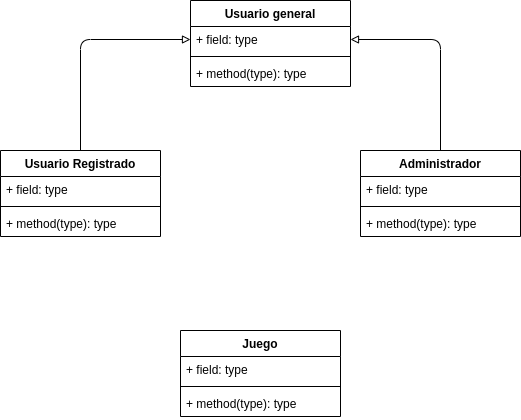
The draw.io diagram images/diagramas/diagramaDeClases.drawio.png in nexphernandez/Adict-Games, before a commit. Source tidied: cells renumbered, new cells last; positions are measured from the earlier drawing's top-left corner, leaving out a move shared by most shapes.
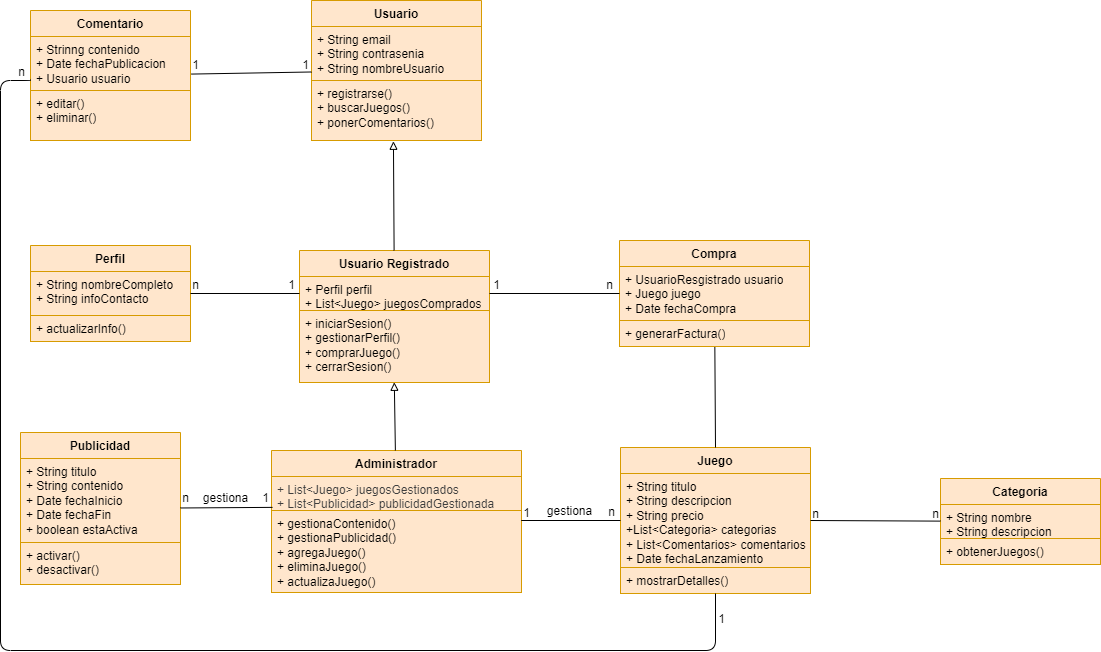
The same file after the commit.

Commit message:
Se termina el dibujo del diagrama de clasec #7

Diff of the diagram source:
```diff
@@ -2,59 +2,170 @@
   <root>
     <mxCell id="0" />
     <mxCell id="1" parent="0" />
-    <mxCell id="2" value="Usuario general" style="swimlane;fontStyle=1;align=center;verticalAlign=top;horizontal=1;startSize=26;whiteSpace=wrap;html=1;" parent="1" vertex="1">
-      <mxGeometry x="190" width="160" height="86" as="geometry" />
+    <mxCell id="2" value="Usuario" style="swimlane;fontStyle=1;align=center;verticalAlign=top;horizontal=1;startSize=26;whiteSpace=wrap;html=1;fillColor=#ffe6cc;strokeColor=#d79b00;" parent="1" vertex="1">
+      <mxGeometry x="21" y="-100" width="170" height="140" as="geometry" />
     </mxCell>
-    <mxCell id="3" value="+ field: type" style="text;strokeColor=none;fillColor=none;align=left;verticalAlign=top;spacingLeft=4;spacingRight=4;overflow=hidden;points=[[0,0.5],[1,0.5]];portConstraint=eastwest;whiteSpace=wrap;html=1;" parent="2" vertex="1">
-      <mxGeometry y="26" width="160" height="26" as="geometry" />
+    <mxCell id="3" value="+ String email&lt;div&gt;+ String contrasenia&lt;/div&gt;&lt;div&gt;+ String nombreUsuario&lt;/div&gt;" style="text;strokeColor=#d79b00;fillColor=#ffe6cc;align=left;verticalAlign=top;spacingLeft=4;spacingRight=4;overflow=hidden;points=[[0,0.5],[1,0.5]];portConstraint=eastwest;whiteSpace=wrap;html=1;" parent="2" vertex="1">
+      <mxGeometry y="26" width="170" height="54" as="geometry" />
     </mxCell>
-    <mxCell id="4" style="line;strokeWidth=1;fillColor=none;align=left;verticalAlign=middle;spacingTop=-1;spacingLeft=3;spacingRight=3;labelPosition=right;strokeColor=inherit;" parent="2" vertex="1">
-      <mxGeometry y="52" width="160" height="8" as="geometry" />
-    </mxCell>
-    <mxCell id="5" value="+ method(type): type" style="text;strokeColor=none;fillColor=none;align=left;verticalAlign=top;spacingLeft=4;spacingRight=4;overflow=hidden;points=[[0,0.5],[1,0.5]];portConstraint=eastwest;whiteSpace=wrap;html=1;" parent="2" vertex="1">
-      <mxGeometry y="60" width="160" height="26" as="geometry" />
+    <mxCell id="5" value="+ registrarse()&lt;div&gt;+ buscarJuegos()&lt;/div&gt;&lt;div&gt;+ ponerComentarios()&lt;/div&gt;" style="text;strokeColor=#d79b00;fillColor=#ffe6cc;align=left;verticalAlign=top;spacingLeft=4;spacingRight=4;overflow=hidden;points=[[0,0.5],[1,0.5]];portConstraint=eastwest;whiteSpace=wrap;html=1;" parent="2" vertex="1">
+      <mxGeometry y="80" width="170" height="60" as="geometry" />
     </mxCell>
-    <mxCell id="6" style="edgeStyle=orthogonalEdgeStyle;html=1;entryX=0;entryY=0.5;entryDx=0;entryDy=0;endArrow=block;endFill=0;" parent="1" edge="1" source="7" target="3">
-      <mxGeometry relative="1" as="geometry" />
-    </mxCell>
-    <mxCell id="7" value="Usuario Registrado" style="swimlane;fontStyle=1;align=center;verticalAlign=top;horizontal=1;startSize=26;whiteSpace=wrap;html=1;" parent="1" vertex="1">
-      <mxGeometry y="150" width="160" height="86" as="geometry" />
+    <mxCell id="7" value="Usuario Registrado" style="swimlane;fontStyle=1;align=center;verticalAlign=top;horizontal=1;startSize=26;whiteSpace=wrap;html=1;fillColor=#ffe6cc;strokeColor=#d79b00;" parent="1" vertex="1">
+      <mxGeometry x="9" y="150" width="190" height="132" as="geometry" />
     </mxCell>
-    <mxCell id="8" value="+ field: type" style="text;strokeColor=none;fillColor=none;align=left;verticalAlign=top;spacingLeft=4;spacingRight=4;overflow=hidden;points=[[0,0.5],[1,0.5]];portConstraint=eastwest;whiteSpace=wrap;html=1;" parent="7" vertex="1">
-      <mxGeometry y="26" width="160" height="26" as="geometry" />
+    <mxCell id="8" value="+ Perfil perfil&lt;div&gt;+ List&amp;lt;Juego&amp;gt; juegosComprados&lt;/div&gt;" style="text;strokeColor=#d79b00;fillColor=#ffe6cc;align=left;verticalAlign=top;spacingLeft=4;spacingRight=4;overflow=hidden;points=[[0,0.5],[1,0.5]];portConstraint=eastwest;whiteSpace=wrap;html=1;" parent="7" vertex="1">
+      <mxGeometry y="26" width="190" height="34" as="geometry" />
     </mxCell>
-    <mxCell id="9" style="line;strokeWidth=1;fillColor=none;align=left;verticalAlign=middle;spacingTop=-1;spacingLeft=3;spacingRight=3;labelPosition=right;strokeColor=inherit;" parent="7" vertex="1">
-      <mxGeometry y="52" width="160" height="8" as="geometry" />
-    </mxCell>
-    <mxCell id="10" value="+ method(type): type" style="text;strokeColor=none;fillColor=none;align=left;verticalAlign=top;spacingLeft=4;spacingRight=4;overflow=hidden;points=[[0,0.5],[1,0.5]];portConstraint=eastwest;whiteSpace=wrap;html=1;" parent="7" vertex="1">
-      <mxGeometry y="60" width="160" height="26" as="geometry" />
+    <mxCell id="10" value="+ iniciarSesion()&lt;div&gt;+ gestionarPerfil()&lt;/div&gt;&lt;div&gt;+ comprarJuego()&lt;/div&gt;&lt;div&gt;+ cerrarSesion()&lt;/div&gt;" style="text;strokeColor=#d79b00;fillColor=#ffe6cc;align=left;verticalAlign=top;spacingLeft=4;spacingRight=4;overflow=hidden;points=[[0,0.5],[1,0.5]];portConstraint=eastwest;whiteSpace=wrap;html=1;" parent="7" vertex="1">
+      <mxGeometry y="60" width="190" height="72" as="geometry" />
     </mxCell>
-    <mxCell id="11" style="edgeStyle=orthogonalEdgeStyle;html=1;entryX=1;entryY=0.5;entryDx=0;entryDy=0;endArrow=block;endFill=0;" parent="1" edge="1" source="12" target="3">
-      <mxGeometry relative="1" as="geometry" />
-    </mxCell>
-    <mxCell id="12" value="Administrador" style="swimlane;fontStyle=1;align=center;verticalAlign=top;horizontal=1;startSize=26;whiteSpace=wrap;html=1;" parent="1" vertex="1">
-      <mxGeometry x="360" y="150" width="160" height="86" as="geometry" />
+    <mxCell id="12" value="Administrador" style="swimlane;fontStyle=1;align=center;verticalAlign=top;horizontal=1;startSize=26;whiteSpace=wrap;html=1;fillColor=#ffe6cc;strokeColor=#d79b00;" parent="1" vertex="1">
+      <mxGeometry x="-19" y="350" width="250" height="142" as="geometry" />
     </mxCell>
-    <mxCell id="13" value="+ field: type" style="text;strokeColor=none;fillColor=none;align=left;verticalAlign=top;spacingLeft=4;spacingRight=4;overflow=hidden;points=[[0,0.5],[1,0.5]];portConstraint=eastwest;whiteSpace=wrap;html=1;" parent="12" vertex="1">
-      <mxGeometry y="26" width="160" height="26" as="geometry" />
+    <mxCell id="13" value="&lt;span style=&quot;color: rgb(63, 63, 63);&quot;&gt;+ List&amp;lt;Juego&amp;gt; juegosGestionados&lt;/span&gt;&lt;div&gt;&lt;span style=&quot;color: rgb(63, 63, 63);&quot;&gt;&lt;span style=&quot;color: rgb(63, 63, 63);&quot;&gt;+ List&amp;lt;Publicidad&amp;gt; publicidadGestionada&lt;/span&gt;&lt;/span&gt;&lt;/div&gt;" style="text;strokeColor=#d79b00;fillColor=#ffe6cc;align=left;verticalAlign=top;spacingLeft=4;spacingRight=4;overflow=hidden;points=[[0,0.5],[1,0.5]];portConstraint=eastwest;whiteSpace=wrap;html=1;" parent="12" vertex="1">
+      <mxGeometry y="26" width="250" height="34" as="geometry" />
     </mxCell>
-    <mxCell id="14" style="line;strokeWidth=1;fillColor=none;align=left;verticalAlign=middle;spacingTop=-1;spacingLeft=3;spacingRight=3;labelPosition=right;strokeColor=inherit;" parent="12" vertex="1">
-      <mxGeometry y="52" width="160" height="8" as="geometry" />
-    </mxCell>
-    <mxCell id="15" value="+ method(type): type" style="text;strokeColor=none;fillColor=none;align=left;verticalAlign=top;spacingLeft=4;spacingRight=4;overflow=hidden;points=[[0,0.5],[1,0.5]];portConstraint=eastwest;whiteSpace=wrap;html=1;" parent="12" vertex="1">
-      <mxGeometry y="60" width="160" height="26" as="geometry" />
+    <mxCell id="15" value="+ gestionaContenido()&lt;div&gt;&lt;span style=&quot;color: rgb(0, 0, 0);&quot;&gt;+ gestionaPublicidad()&lt;/span&gt;&lt;/div&gt;&lt;div&gt;&lt;span style=&quot;color: rgb(0, 0, 0);&quot;&gt;+ agregaJuego()&lt;/span&gt;&lt;/div&gt;&lt;div&gt;&lt;span style=&quot;color: rgb(0, 0, 0);&quot;&gt;+ eliminaJuego()&lt;/span&gt;&lt;/div&gt;&lt;div&gt;&lt;span style=&quot;color: rgb(0, 0, 0);&quot;&gt;+ actualizaJuego()&lt;/span&gt;&lt;/div&gt;" style="text;strokeColor=#d79b00;fillColor=#ffe6cc;align=left;verticalAlign=top;spacingLeft=4;spacingRight=4;overflow=hidden;points=[[0,0.5],[1,0.5]];portConstraint=eastwest;whiteSpace=wrap;html=1;" parent="12" vertex="1">
+      <mxGeometry y="60" width="250" height="82" as="geometry" />
     </mxCell>
-    <mxCell id="16" value="Juego" style="swimlane;fontStyle=1;align=center;verticalAlign=top;horizontal=1;startSize=26;whiteSpace=wrap;html=1;" parent="1" vertex="1">
-      <mxGeometry x="180" y="330" width="160" height="86" as="geometry" />
+    <mxCell id="16" value="Juego" style="swimlane;fontStyle=1;align=center;verticalAlign=top;horizontal=1;startSize=26;whiteSpace=wrap;html=1;fillColor=#ffe6cc;strokeColor=#d79b00;" parent="1" vertex="1">
+      <mxGeometry x="330" y="347" width="190" height="146" as="geometry" />
     </mxCell>
-    <mxCell id="17" value="+ field: type" style="text;strokeColor=none;fillColor=none;align=left;verticalAlign=top;spacingLeft=4;spacingRight=4;overflow=hidden;points=[[0,0.5],[1,0.5]];portConstraint=eastwest;whiteSpace=wrap;html=1;" parent="16" vertex="1">
-      <mxGeometry y="26" width="160" height="26" as="geometry" />
+    <mxCell id="17" value="+ String titulo&lt;div&gt;+ String descripcion&lt;/div&gt;&lt;div&gt;+ String precio&lt;/div&gt;&lt;div&gt;+List&amp;lt;Categoria&amp;gt; categorias&lt;/div&gt;&lt;div&gt;+ List&amp;lt;Comentarios&amp;gt; comentarios&lt;/div&gt;&lt;div&gt;+ Date fechaLanzamiento&lt;/div&gt;" style="text;strokeColor=#d79b00;fillColor=#ffe6cc;align=left;verticalAlign=top;spacingLeft=4;spacingRight=4;overflow=hidden;points=[[0,0.5],[1,0.5]];portConstraint=eastwest;whiteSpace=wrap;html=1;" parent="16" vertex="1">
+      <mxGeometry y="26" width="190" height="94" as="geometry" />
     </mxCell>
-    <mxCell id="18" style="line;strokeWidth=1;fillColor=none;align=left;verticalAlign=middle;spacingTop=-1;spacingLeft=3;spacingRight=3;labelPosition=right;strokeColor=inherit;" parent="16" vertex="1">
-      <mxGeometry y="52" width="160" height="8" as="geometry" />
-    </mxCell>
-    <mxCell id="19" value="+ method(type): type" style="text;strokeColor=none;fillColor=none;align=left;verticalAlign=top;spacingLeft=4;spacingRight=4;overflow=hidden;whiteSpace=wrap;html=1;" parent="16" vertex="1">
-      <mxGeometry y="60" width="160" height="26" as="geometry" />
+    <mxCell id="19" value="+ mostrarDetalles()" style="text;strokeColor=#d79b00;fillColor=#ffe6cc;align=left;verticalAlign=top;spacingLeft=4;spacingRight=4;overflow=hidden;whiteSpace=wrap;html=1;" parent="16" vertex="1">
+      <mxGeometry y="120" width="190" height="26" as="geometry" />
     </mxCell>
+    <mxCell id="20" style="edgeStyle=none;html=1;entryX=0.5;entryY=0;entryDx=0;entryDy=0;endArrow=none;endFill=0;" parent="1" edge="1" source="21" target="16">
+      <mxGeometry relative="1" as="geometry" />
+    </mxCell>
+    <mxCell id="21" value="Compra" style="swimlane;fontStyle=1;align=center;verticalAlign=top;horizontal=1;startSize=26;whiteSpace=wrap;html=1;fillColor=#ffe6cc;strokeColor=#d79b00;" parent="1" vertex="1">
+      <mxGeometry x="329" y="140" width="190" height="106" as="geometry" />
+    </mxCell>
+    <mxCell id="22" value="+ UsuarioResgistrado usuario&lt;div&gt;+ Juego juego&lt;/div&gt;&lt;div&gt;+ Date fechaCompra&lt;/div&gt;" style="text;strokeColor=#d79b00;fillColor=#ffe6cc;align=left;verticalAlign=top;spacingLeft=4;spacingRight=4;overflow=hidden;points=[[0,0.5],[1,0.5]];portConstraint=eastwest;whiteSpace=wrap;html=1;" parent="21" vertex="1">
+      <mxGeometry y="26" width="190" height="54" as="geometry" />
+    </mxCell>
+    <mxCell id="23" value="+ generarFactura()" style="text;strokeColor=#d79b00;fillColor=#ffe6cc;align=left;verticalAlign=top;spacingLeft=4;spacingRight=4;overflow=hidden;whiteSpace=wrap;html=1;" parent="21" vertex="1">
+      <mxGeometry y="80" width="190" height="26" as="geometry" />
+    </mxCell>
+    <mxCell id="24" value="Categoria" style="swimlane;fontStyle=1;align=center;verticalAlign=top;horizontal=1;startSize=26;whiteSpace=wrap;html=1;fillColor=#ffe6cc;strokeColor=#d79b00;" parent="1" vertex="1">
+      <mxGeometry x="650" y="378" width="160" height="86" as="geometry" />
+    </mxCell>
+    <mxCell id="25" value="+ String nombre&lt;div&gt;+ String descripcion&lt;/div&gt;" style="text;strokeColor=#d79b00;fillColor=#ffe6cc;align=left;verticalAlign=top;spacingLeft=4;spacingRight=4;overflow=hidden;whiteSpace=wrap;html=1;" parent="24" vertex="1">
+      <mxGeometry y="26" width="160" height="34" as="geometry" />
+    </mxCell>
+    <mxCell id="26" value="+ obtenerJuegos()" style="text;strokeColor=#d79b00;fillColor=#ffe6cc;align=left;verticalAlign=top;spacingLeft=4;spacingRight=4;overflow=hidden;whiteSpace=wrap;html=1;" parent="24" vertex="1">
+      <mxGeometry y="60" width="160" height="26" as="geometry" />
+    </mxCell>
+    <mxCell id="27" value="Publicidad" style="swimlane;fontStyle=1;align=center;verticalAlign=top;horizontal=1;startSize=26;whiteSpace=wrap;html=1;fillColor=#ffe6cc;strokeColor=#d79b00;" parent="1" vertex="1">
+      <mxGeometry x="-270" y="332" width="160" height="152" as="geometry" />
+    </mxCell>
+    <mxCell id="28" value="+ String titulo&lt;div&gt;+ String contenido&lt;/div&gt;&lt;div&gt;+ Date fechaInicio&lt;/div&gt;&lt;div&gt;+ Date fechaFin&lt;/div&gt;&lt;div&gt;+ boolean estaActiva&lt;/div&gt;" style="text;strokeColor=#d79b00;fillColor=#ffe6cc;align=left;verticalAlign=top;spacingLeft=4;spacingRight=4;overflow=hidden;whiteSpace=wrap;html=1;" parent="27" vertex="1">
+      <mxGeometry y="26" width="160" height="84" as="geometry" />
+    </mxCell>
+    <mxCell id="29" value="+ activar()&lt;div&gt;+ desactivar()&lt;/div&gt;" style="text;strokeColor=#d79b00;fillColor=#ffe6cc;align=left;verticalAlign=top;spacingLeft=4;spacingRight=4;overflow=hidden;whiteSpace=wrap;html=1;" parent="27" vertex="1">
+      <mxGeometry y="110" width="160" height="42" as="geometry" />
+    </mxCell>
+    <mxCell id="30" value="Perfil" style="swimlane;fontStyle=1;align=center;verticalAlign=top;horizontal=1;startSize=26;whiteSpace=wrap;html=1;fillColor=#ffe6cc;strokeColor=#d79b00;" parent="1" vertex="1">
+      <mxGeometry x="-260" y="145" width="160" height="96" as="geometry" />
+    </mxCell>
+    <mxCell id="31" value="+ String nombreCompleto&lt;div&gt;+ String infoContacto&lt;/div&gt;" style="text;strokeColor=#d79b00;fillColor=#ffe6cc;align=left;verticalAlign=top;spacingLeft=4;spacingRight=4;overflow=hidden;points=[[0,0.5],[1,0.5]];portConstraint=eastwest;whiteSpace=wrap;html=1;" parent="30" vertex="1">
+      <mxGeometry y="26" width="160" height="44" as="geometry" />
+    </mxCell>
+    <mxCell id="32" value="&lt;span style=&quot;color: rgb(0, 0, 0);&quot;&gt;+ actualizarInfo()&lt;/span&gt;&lt;div&gt;&lt;br&gt;&lt;/div&gt;" style="text;strokeColor=#d79b00;fillColor=#ffe6cc;align=left;verticalAlign=top;spacingLeft=4;spacingRight=4;overflow=hidden;whiteSpace=wrap;html=1;" parent="30" vertex="1">
+      <mxGeometry y="70" width="160" height="26" as="geometry" />
+    </mxCell>
+    <mxCell id="33" value="Comentario" style="swimlane;fontStyle=1;align=center;verticalAlign=top;horizontal=1;startSize=26;whiteSpace=wrap;html=1;fillColor=#ffe6cc;strokeColor=#d79b00;" parent="1" vertex="1">
+      <mxGeometry x="-260" y="-90" width="160" height="130" as="geometry" />
+    </mxCell>
+    <mxCell id="34" value="+ Strinng contenido&lt;div&gt;+ Date fechaPublicacion&lt;/div&gt;&lt;div&gt;+ Usuario usuario&lt;/div&gt;" style="text;strokeColor=#d79b00;fillColor=#ffe6cc;align=left;verticalAlign=top;spacingLeft=4;spacingRight=4;overflow=hidden;points=[[0,0.5],[1,0.5]];portConstraint=eastwest;whiteSpace=wrap;html=1;" parent="33" vertex="1">
+      <mxGeometry y="26" width="160" height="54" as="geometry" />
+    </mxCell>
+    <mxCell id="35" value="+ editar()&lt;div&gt;+ eliminar()&lt;/div&gt;" style="text;strokeColor=#d79b00;fillColor=#ffe6cc;align=left;verticalAlign=top;spacingLeft=4;spacingRight=4;overflow=hidden;whiteSpace=wrap;html=1;" parent="33" vertex="1">
+      <mxGeometry y="80" width="160" height="50" as="geometry" />
+    </mxCell>
+    <mxCell id="36" style="edgeStyle=none;html=1;endArrow=none;endFill=0;entryX=1.004;entryY=0.696;entryDx=0;entryDy=0;entryPerimeter=0;" parent="1" edge="1" source="2" target="34">
+      <mxGeometry relative="1" as="geometry" />
+    </mxCell>
+    <mxCell id="37" style="edgeStyle=none;html=1;entryX=1;entryY=0.5;entryDx=0;entryDy=0;endArrow=none;endFill=0;" parent="1" edge="1" source="8" target="31">
+      <mxGeometry relative="1" as="geometry" />
+    </mxCell>
+    <mxCell id="38" style="edgeStyle=none;html=1;endArrow=none;endFill=0;" parent="1" edge="1" source="8" target="22">
+      <mxGeometry relative="1" as="geometry" />
+    </mxCell>
+    <mxCell id="39" style="edgeStyle=none;html=1;entryX=0;entryY=0.5;entryDx=0;entryDy=0;endArrow=none;endFill=0;exitX=0.999;exitY=0.122;exitDx=0;exitDy=0;exitPerimeter=0;" parent="1" edge="1" source="15" target="17">
+      <mxGeometry relative="1" as="geometry" />
+    </mxCell>
+    <mxCell id="40" style="edgeStyle=none;html=1;entryX=0.004;entryY=0.908;entryDx=0;entryDy=0;entryPerimeter=0;endArrow=none;endFill=0;" parent="1" edge="1" source="27" target="13">
+      <mxGeometry relative="1" as="geometry" />
+    </mxCell>
+    <mxCell id="41" style="edgeStyle=none;html=1;entryX=1;entryY=0.5;entryDx=0;entryDy=0;endArrow=none;endFill=0;" parent="1" edge="1" source="24" target="17">
+      <mxGeometry relative="1" as="geometry" />
+    </mxCell>
+    <mxCell id="42" style="edgeStyle=none;html=1;endArrow=block;endFill=0;entryX=0.499;entryY=0.997;entryDx=0;entryDy=0;entryPerimeter=0;" parent="1" edge="1" source="12" target="10">
+      <mxGeometry relative="1" as="geometry" />
+    </mxCell>
+    <mxCell id="43" style="edgeStyle=none;html=1;entryX=0.482;entryY=1.013;entryDx=0;entryDy=0;entryPerimeter=0;endArrow=block;endFill=0;" parent="1" edge="1" source="7" target="5">
+      <mxGeometry relative="1" as="geometry" />
+    </mxCell>
+    <mxCell id="44" value="1" style="text;html=1;align=center;verticalAlign=middle;strokeColor=none;fillColor=none;" parent="1" vertex="1">
+      <mxGeometry x="-110" y="-50" width="30" height="30" as="geometry" />
+    </mxCell>
+    <mxCell id="45" value="1" style="text;html=1;align=center;verticalAlign=middle;strokeColor=none;fillColor=none;" parent="1" vertex="1">
+      <mxGeometry y="-50" width="30" height="30" as="geometry" />
+    </mxCell>
+    <mxCell id="46" value="1" style="text;html=1;align=center;verticalAlign=middle;strokeColor=none;fillColor=none;" parent="1" vertex="1">
+      <mxGeometry x="-14" y="170" width="30" height="30" as="geometry" />
+    </mxCell>
+    <mxCell id="47" value="n" style="text;html=1;align=center;verticalAlign=middle;strokeColor=none;fillColor=none;" parent="1" vertex="1">
+      <mxGeometry x="-110" y="170" width="30" height="30" as="geometry" />
+    </mxCell>
+    <mxCell id="48" value="1" style="text;html=1;align=center;verticalAlign=middle;strokeColor=none;fillColor=none;" parent="1" vertex="1">
+      <mxGeometry x="191" y="170" width="30" height="30" as="geometry" />
+    </mxCell>
+    <mxCell id="49" value="n" style="text;html=1;align=center;verticalAlign=middle;strokeColor=none;fillColor=none;" parent="1" vertex="1">
+      <mxGeometry x="304" y="170" width="30" height="30" as="geometry" />
+    </mxCell>
+    <mxCell id="50" value="1" style="text;html=1;align=center;verticalAlign=middle;strokeColor=none;fillColor=none;" parent="1" vertex="1">
+      <mxGeometry x="-40" y="383" width="30" height="30" as="geometry" />
+    </mxCell>
+    <mxCell id="51" value="n" style="text;html=1;align=center;verticalAlign=middle;strokeColor=none;fillColor=none;" parent="1" vertex="1">
+      <mxGeometry x="-120" y="383" width="30" height="30" as="geometry" />
+    </mxCell>
+    <mxCell id="52" value="gestiona" style="text;html=1;align=center;verticalAlign=middle;strokeColor=none;fillColor=none;" parent="1" vertex="1">
+      <mxGeometry x="-100" y="383" width="70" height="30" as="geometry" />
+    </mxCell>
+    <mxCell id="53" value="1" style="text;html=1;align=center;verticalAlign=middle;strokeColor=none;fillColor=none;" parent="1" vertex="1">
+      <mxGeometry x="221" y="398" width="30" height="30" as="geometry" />
+    </mxCell>
+    <mxCell id="54" value="n" style="text;html=1;align=center;verticalAlign=middle;strokeColor=none;fillColor=none;" parent="1" vertex="1">
+      <mxGeometry x="306" y="397" width="30" height="30" as="geometry" />
+    </mxCell>
+    <mxCell id="55" value="gestiona" style="text;html=1;align=center;verticalAlign=middle;strokeColor=none;fillColor=none;" parent="1" vertex="1">
+      <mxGeometry x="244" y="396" width="70" height="30" as="geometry" />
+    </mxCell>
+    <mxCell id="56" value="n" style="text;html=1;align=center;verticalAlign=middle;strokeColor=none;fillColor=none;" parent="1" vertex="1">
+      <mxGeometry x="510" y="399" width="30" height="30" as="geometry" />
+    </mxCell>
+    <mxCell id="57" style="edgeStyle=orthogonalEdgeStyle;html=1;entryX=0;entryY=0.796;entryDx=0;entryDy=0;entryPerimeter=0;endArrow=none;endFill=0;" parent="1" edge="1" source="16" target="34">
+      <mxGeometry relative="1" as="geometry">
+        <Array as="points">
+          <mxPoint x="425" y="550" />
+          <mxPoint x="-290" y="550" />
+          <mxPoint x="-290" y="-20" />
+        </Array>
+      </mxGeometry>
+    </mxCell>
+    <mxCell id="58" value="n" style="text;html=1;align=center;verticalAlign=middle;strokeColor=none;fillColor=none;" parent="1" vertex="1">
+      <mxGeometry x="630" y="399" width="30" height="30" as="geometry" />
+    </mxCell>
+    <mxCell id="59" value="1" style="text;html=1;align=center;verticalAlign=middle;strokeColor=none;fillColor=none;" parent="1" vertex="1">
+      <mxGeometry x="416" y="504" width="30" height="30" as="geometry" />
+    </mxCell>
+    <mxCell id="60" value="n" style="text;html=1;align=center;verticalAlign=middle;strokeColor=none;fillColor=none;" parent="1" vertex="1">
+      <mxGeometry x="-284" y="-43" width="30" height="30" as="geometry" />
+    </mxCell>
   </root>
 </mxGraphModel>
```
